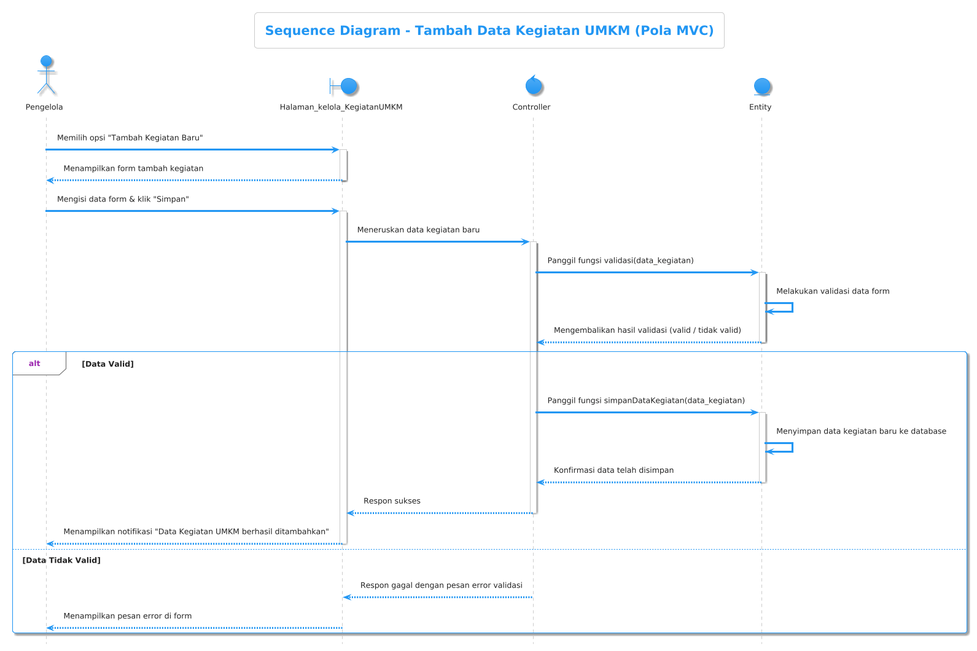
The PlantUML diagram sequence/kelola kegiatan umkm/buat data kegiatan/tambah kegiatan baru.png in Mrmgnt/diagram-kp, before a commit.
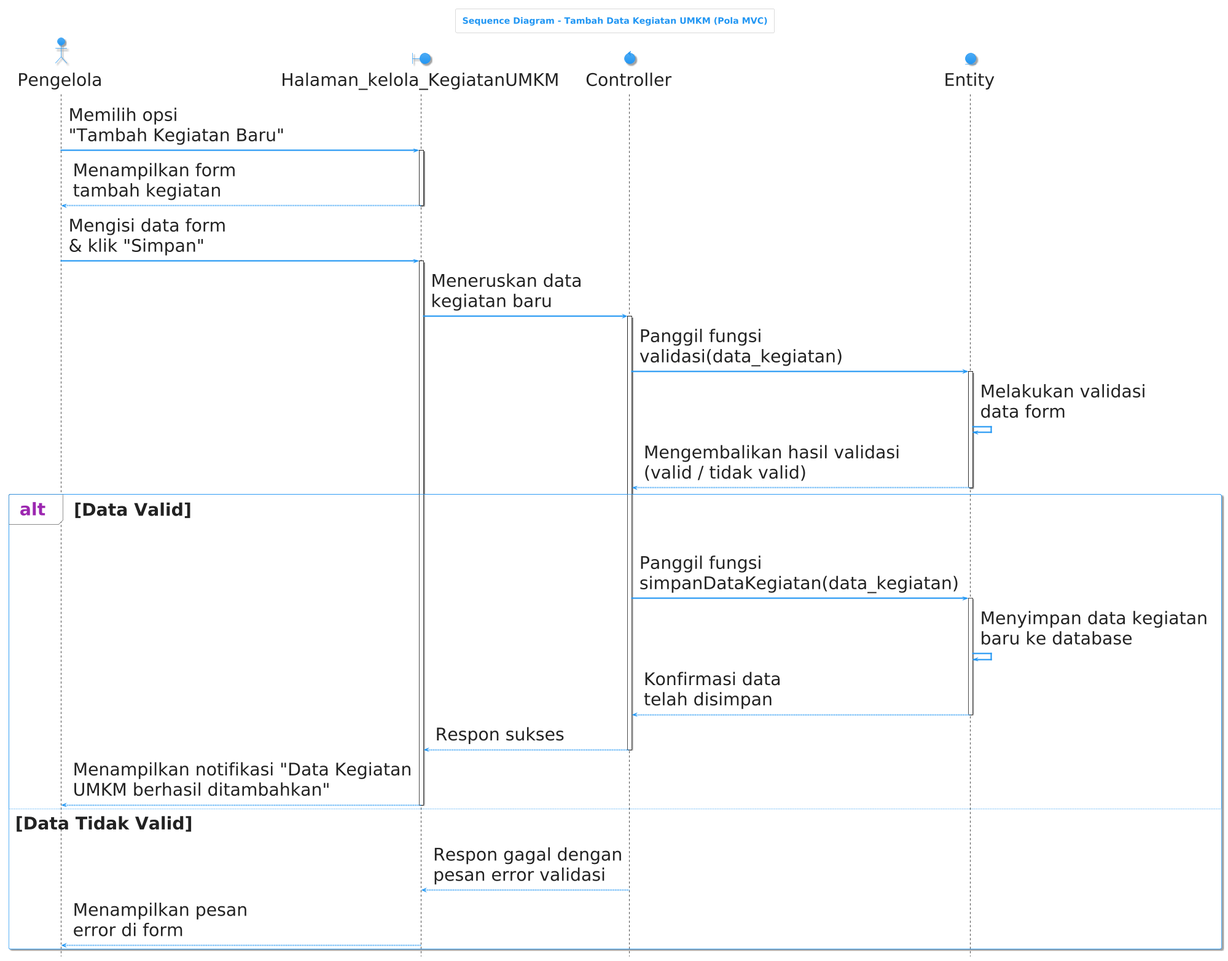
The same diagram one commit later.

Diff of the diagram source:
```diff
@@ -1,5 +1,16 @@
 @startuml
 !theme materia
+scale max 1920 width
+skinparam defaultFontSize 40
+skinparam ParticipantPadding 30
+skinparam BoxPadding 40
+skinparam ActorPadding 20
+skinparam ActorFontSize 40
+skinparam ParticipantFontSize 40
+skinparam SequenceParticipantBorderThickness 2
+skinparam SequenceLifeLineBorderColor Black
+skinparam SequenceLifeLineBorderThickness 2
+
 
 title Sequence Diagram - Tambah Data Kegiatan UMKM (Pola MVC)
 hide footbox
@@ -9,40 +20,40 @@
 control "Controller" as Controller
 entity "Entity" as Entity
 
-Pengguna -> Halaman_kelola_KegiatanUMKM: Memilih opsi "Tambah Kegiatan Baru"
+Pengguna -> Halaman_kelola_KegiatanUMKM: Memilih opsi\n"Tambah Kegiatan Baru"
 activate Halaman_kelola_KegiatanUMKM
-Halaman_kelola_KegiatanUMKM --> Pengguna: Menampilkan form tambah kegiatan
+Halaman_kelola_KegiatanUMKM --> Pengguna: Menampilkan form\ntambah kegiatan
 deactivate Halaman_kelola_KegiatanUMKM
 
-Pengguna -> Halaman_kelola_KegiatanUMKM: Mengisi data form & klik "Simpan"
+Pengguna -> Halaman_kelola_KegiatanUMKM: Mengisi data form\n& klik "Simpan"
 activate Halaman_kelola_KegiatanUMKM
 
-Halaman_kelola_KegiatanUMKM -> Controller: Meneruskan data kegiatan baru
+Halaman_kelola_KegiatanUMKM -> Controller: Meneruskan data\nkegiatan baru
 activate Controller
 
-Controller -> Entity: Panggil fungsi validasi(data_kegiatan)
+Controller -> Entity: Panggil fungsi\nvalidasi(data_kegiatan)
 activate Entity
-Entity -> Entity: Melakukan validasi data form
-Entity --> Controller: Mengembalikan hasil validasi (valid / tidak valid)
+Entity -> Entity: Melakukan validasi\ndata form
+Entity --> Controller: Mengembalikan hasil validasi\n(valid / tidak valid)
 deactivate Entity
 
 alt Data Valid
-    Controller -> Entity: Panggil fungsi simpanDataKegiatan(data_kegiatan)
+    Controller -> Entity: Panggil fungsi\nsimpanDataKegiatan(data_kegiatan)
     activate Entity
-    Entity -> Entity: Menyimpan data kegiatan baru ke database
-    Entity --> Controller: Konfirmasi data telah disimpan
+    Entity -> Entity: Menyimpan data kegiatan\nbaru ke database
+    Entity --> Controller: Konfirmasi data\ntelah disimpan
     deactivate Entity
 
     Controller --> Halaman_kelola_KegiatanUMKM: Respon sukses
     deactivate Controller
 
-    Halaman_kelola_KegiatanUMKM --> Pengguna: Menampilkan notifikasi "Data Kegiatan UMKM berhasil ditambahkan"
+    Halaman_kelola_KegiatanUMKM --> Pengguna: Menampilkan notifikasi "Data Kegiatan\nUMKM berhasil ditambahkan"
     deactivate Halaman_kelola_KegiatanUMKM
 else Data Tidak Valid
-    Controller --> Halaman_kelola_KegiatanUMKM: Respon gagal dengan pesan error validasi
+    Controller --> Halaman_kelola_KegiatanUMKM: Respon gagal dengan\npesan error validasi
     deactivate Controller
 
-    Halaman_kelola_KegiatanUMKM --> Pengguna: Menampilkan pesan error di form
+    Halaman_kelola_KegiatanUMKM --> Pengguna: Menampilkan pesan\nerror di form
     deactivate Halaman_kelola_KegiatanUMKM
 end
 @enduml
```
